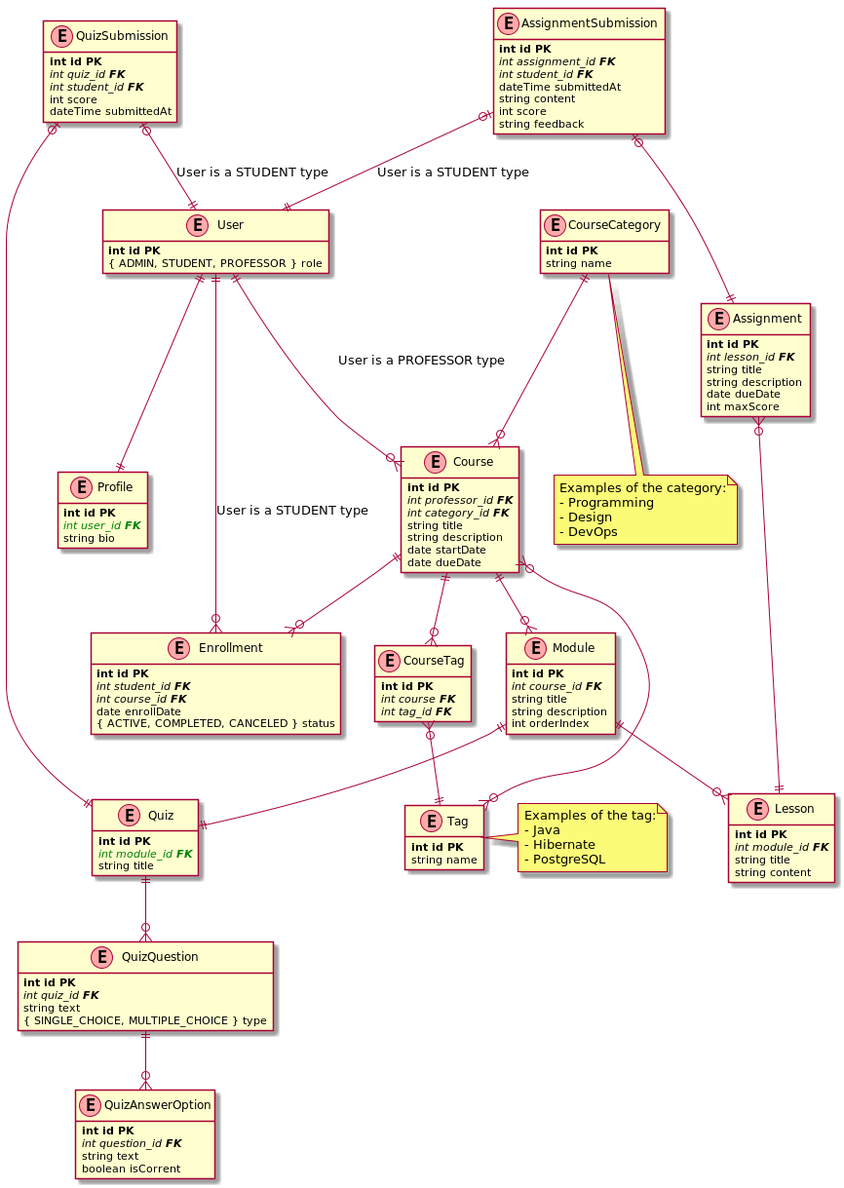
Above: docs/db_scheme.png in castlele/learning-platform (PlantUML), before the change. Its source is kept beside it as docs/db_scheme.puml.
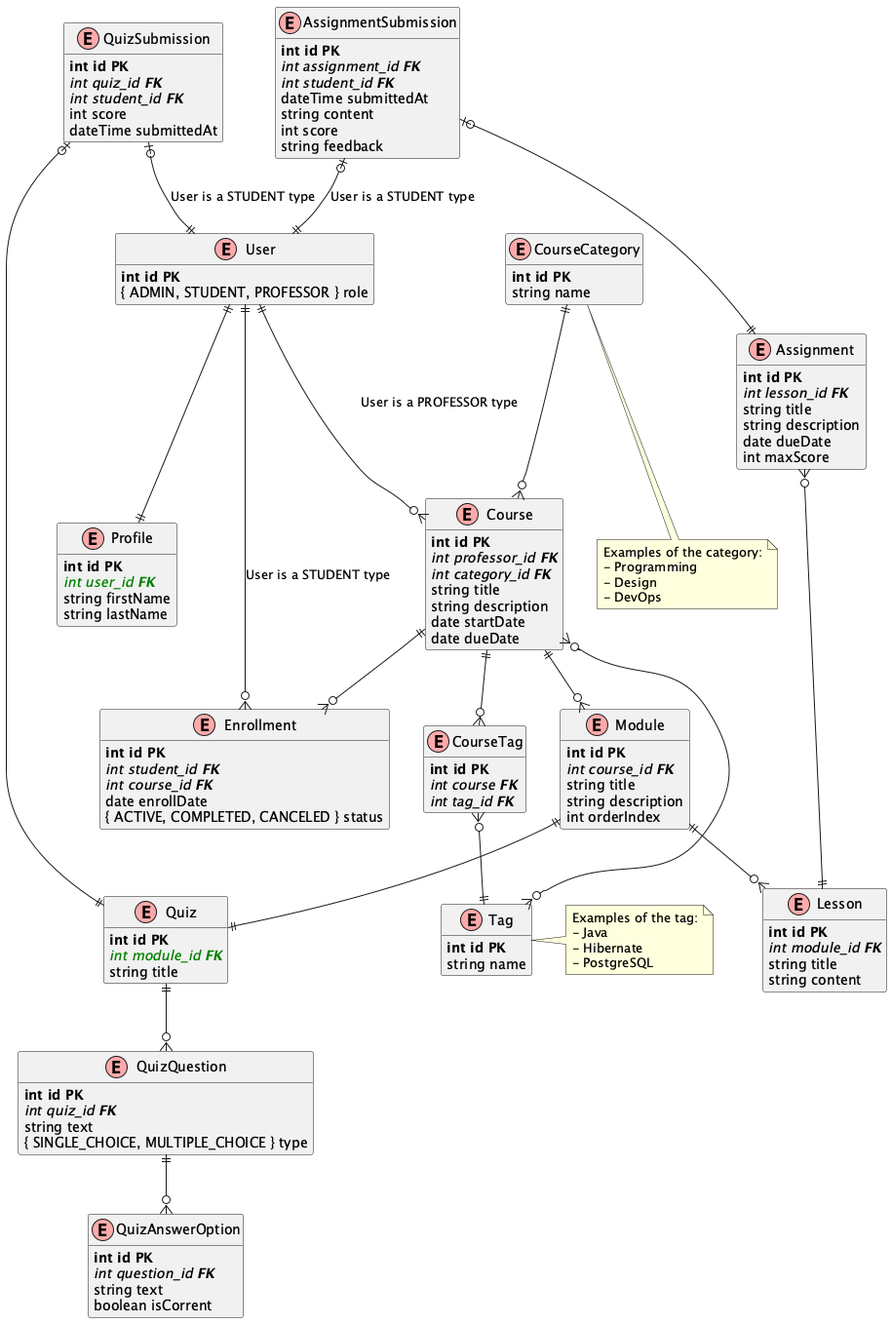
Above is the later version.

Diff of the diagram source:
```diff
@@ -18,7 +18,8 @@
 Table(Profile) {
     primary_key(id)
     unique(foreign_key(user_id))
-    string bio
+    string firstName
+    string lastName
 }
 
 Table(Course) {
```
